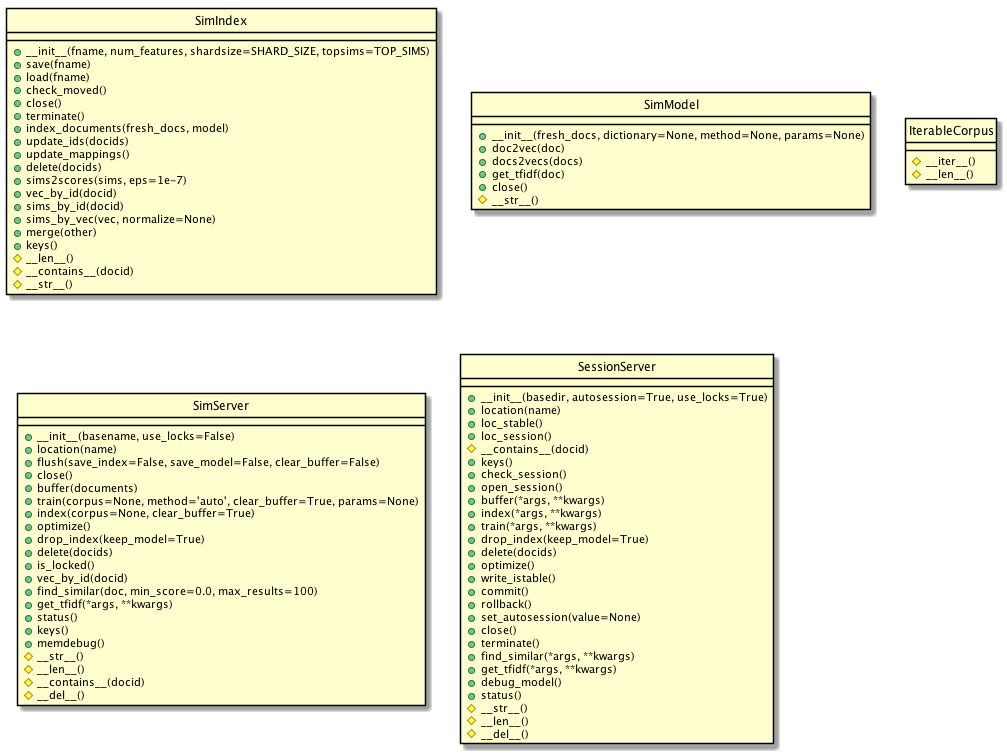
The PlantUML diagram docs/gensim-server.png in isleon/gensim-simserver, before a commit. The source it was exported from:
```plantuml
@startuml

skinparam classArrowColor Black
skinparam classBorderColor Black
skinparam stereotypeCBackgroundColor Gray
hide circle

class SimIndex {
    +__init__(fname, num_features, shardsize=SHARD_SIZE, topsims=TOP_SIMS)
    +save(fname)
    +load(fname)
    +check_moved()
    +close()
    +terminate()
    +index_documents(fresh_docs, model)
    +update_ids(docids)
    +update_mappings()
    +delete(docids)
    +sims2scores(sims, eps=1e-7)
    +vec_by_id(docid)
    +sims_by_id(docid)
    +sims_by_vec(vec, normalize=None)
    +merge(other)
    +keys()
    #__len__()
    #__contains__(docid)
    #__str__()
}

class SimModel {
    +__init__(fresh_docs, dictionary=None, method=None, params=None)
    +doc2vec(doc)
    +docs2vecs(docs)
    +get_tfidf(doc)
    +close()
    #__str__()
}

class IterableCorpus {
    #__iter__()
    #__len__()
}

class SimServer {
    +__init__(basename, use_locks=False)
    +location(name)
    +flush(save_index=False, save_model=False, clear_buffer=False)
    +close()
    +buffer(documents)
    +train(corpus=None, method='auto', clear_buffer=True, params=None)
    +index(corpus=None, clear_buffer=True)
    +optimize()
    +drop_index(keep_model=True)
    +delete(docids)
    +is_locked()
    +vec_by_id(docid)
    +find_similar(doc, min_score=0.0, max_results=100)
    +get_tfidf(*args, **kwargs)
    +status()
    +keys()
    +memdebug()
    #__str__()
    #__len__()
    #__contains__(docid)
    #__del__()
}

class SessionServer {
    +__init__(basedir, autosession=True, use_locks=True)
    +location(name)
    +loc_stable()
    +loc_session()
    #__contains__(docid)
    +keys()
    +check_session()
    +open_session()
    +buffer(*args, **kwargs)
    +index(*args, **kwargs)
    +train(*args, **kwargs)
    +drop_index(keep_model=True)
    +delete(docids)
    +optimize()
    +write_istable()
    +commit()
    +rollback()
    +set_autosession(value=None)
    +close()
    +terminate()
    +find_similar(*args, **kwargs)
    +get_tfidf(*args, **kwargs)
    +debug_model()
    +status()
    #__str__()
    #__len__()
    #__del__()
}


@enduml
```
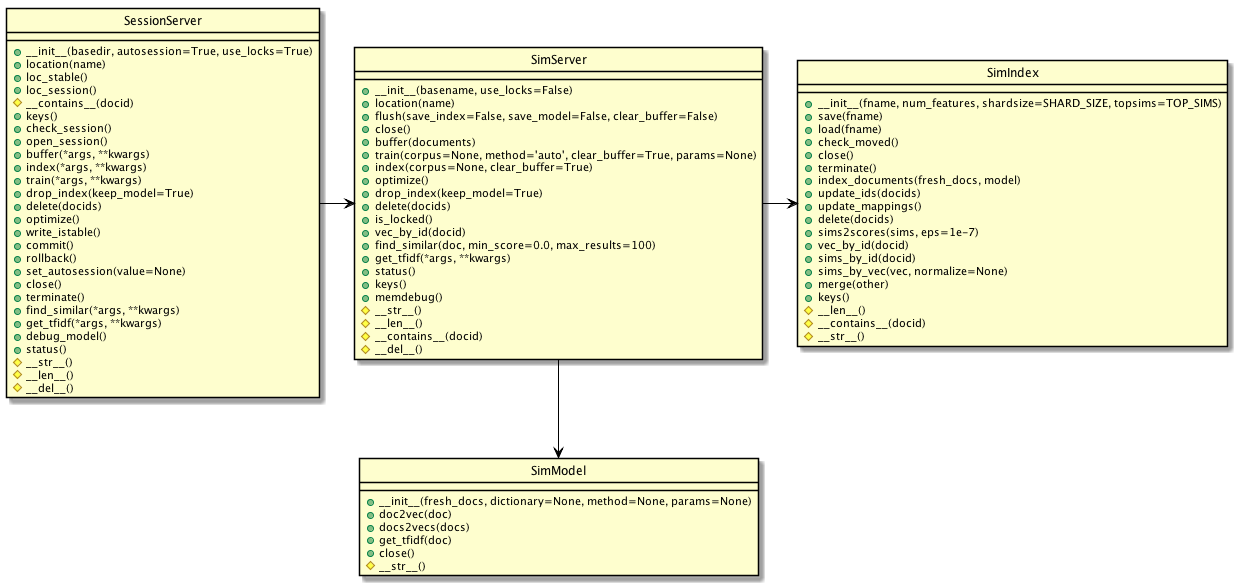
Later version of the same file.

What changed in the source:
```diff
@@ -34,11 +34,7 @@
     +get_tfidf(doc)
     +close()
     #__str__()
-}
 
-class IterableCorpus {
-    #__iter__()
-    #__len__()
 }
 
 class SimServer {
@@ -95,5 +91,9 @@
     #__del__()
 }
 
+SessionServer -r-> SimServer
+SimServer -r-> SimIndex
+SimServer -d-> SimModel
+
 
 @enduml
```
